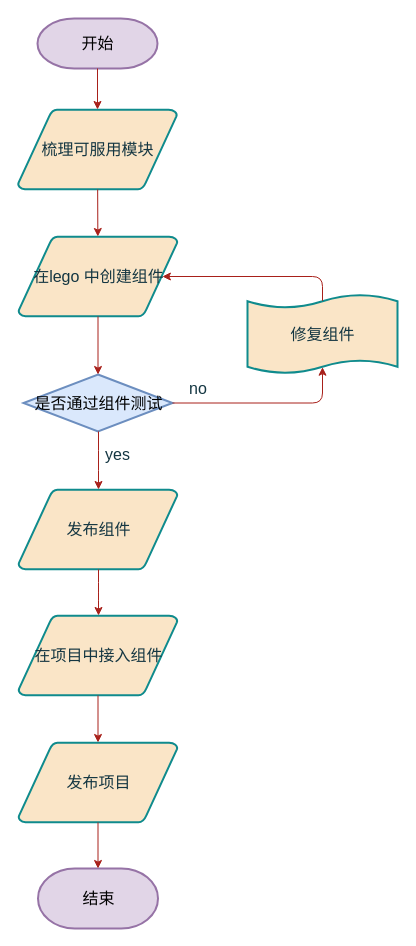
Earlier version of the draw.io diagram 流水总流程图.drawio (paopao111/draw.io). Source tidied: cells renumbered, new cells numbered last; positions are measured from the earlier drawing's top-left corner, leaving out a move shared by most shapes. Both pictures are drawn from the tidied source at 100%, with x=0, y=0 at pixel (17, 18).
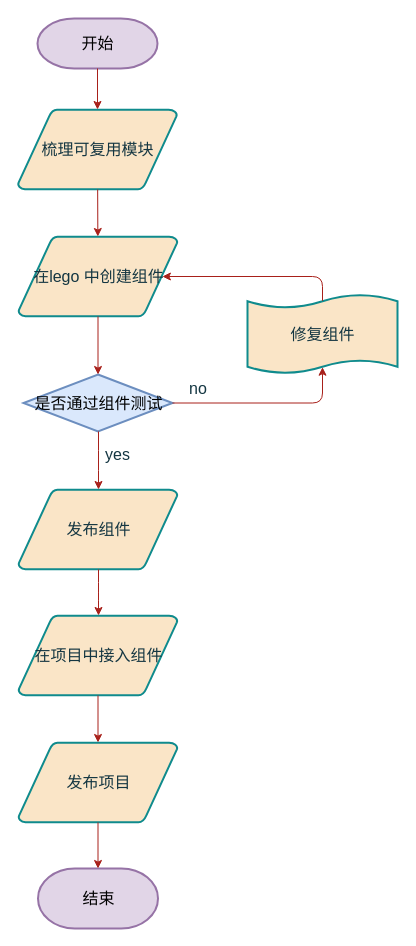
The same diagram, later.

Commit message (it also covers changes not shown here):
更新流水总流程图.drawio

Change to the diagram source:
```diff
@@
-    <mxCell id="3" value="梳理可服用模块" style="shape=mxgraph.flowchart.data;strokeWidth=2;gradientDirection=north;fontStyle=0;html=1;labelBackgroundColor=none;fillColor=#FAE5C7;strokeColor=#0F8B8D;fontColor=#143642;fontSize=16;flipH=0;flipV=0;" parent="1" vertex="1">
+    <mxCell id="3" value="梳理可复用模块" style="shape=mxgraph.flowchart.data;strokeWidth=2;gradientDirection=north;fontStyle=0;html=1;labelBackgroundColor=none;fillColor=#FAE5C7;strokeColor=#0F8B8D;fontColor=#143642;fontSize=16;flipH=0;flipV=0;" parent="1" vertex="1">
       <mxGeometry x="0.5" y="91" width="159" height="80" as="geometry" />
     </mxCell>
```
